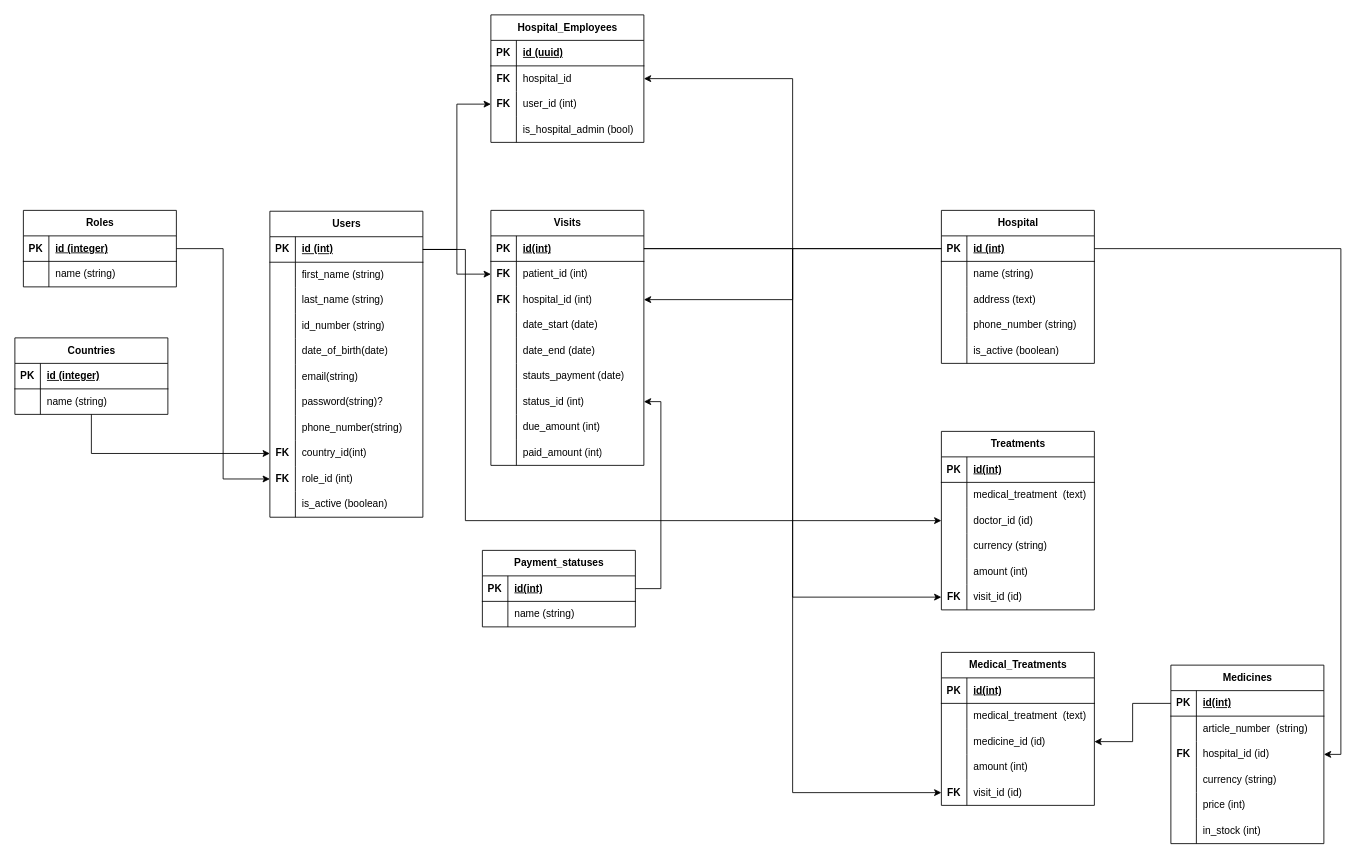
The draw.io diagram Untitled Diagram.drawio in fao30/hospital-management-be, before the edit. Source tidied: cells renumbered, new cells numbered last; positions are measured from the earlier drawing's top-left corner, leaving out a move shared by most shapes. Both pictures are drawn from the tidied source at 85%, with x=0, y=0 at pixel (14, 14).
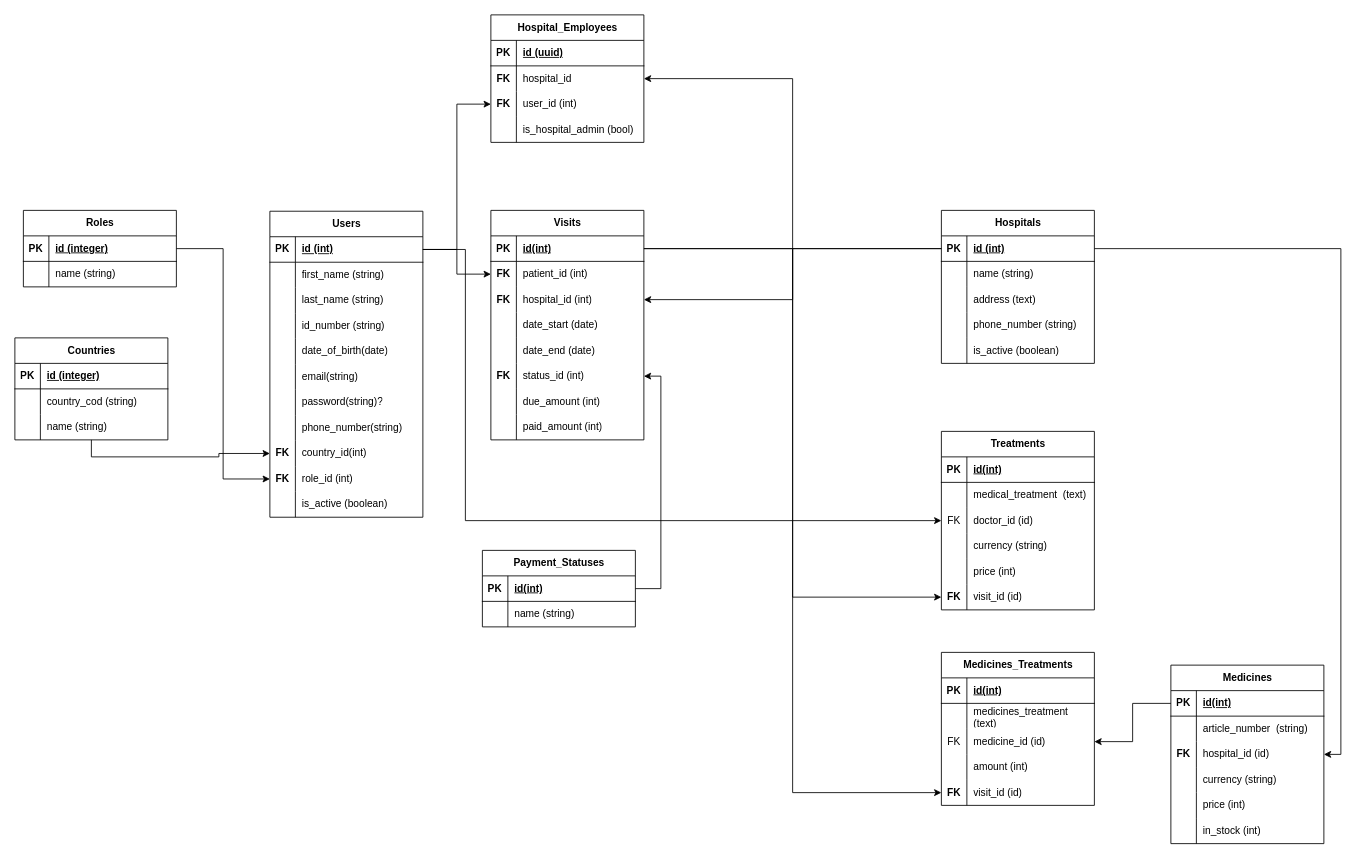
The same diagram, later.

The change refers to these unchanged cells:
```xml
<mxCell id="64" style="shape=tableRow;horizontal=0;startSize=0;swimlaneHead=0;swimlaneBody=0;fillColor=none;top=0;left=0;right=0;bottom=0;" parent="60" vertex="1">
  <mxGeometry y="60" width="180" height="30" as="geometry" />
</mxCell>
<mxCell id="120" style="shape=tableRow;horizontal=0;startSize=0;swimlaneHead=0;swimlaneBody=0;fillColor=none;points=[[0,0.5],[1,0.5]];portConstraint=eastwest;top=0;left=0;right=0;bottom=0;" parent="113" vertex="1">
  <mxGeometry y="90" width="180" height="30" as="geometry" />
</mxCell>
<mxCell id="126" style="shape=tableRow;horizontal=0;startSize=0;swimlaneHead=0;swimlaneBody=0;fillColor=none;top=0;left=0;right=0;bottom=0;" parent="113" vertex="1">
  <mxGeometry y="150" width="180" height="30" as="geometry" />
</mxCell>
<mxCell id="166" style="shape=tableRow;horizontal=0;startSize=0;swimlaneHead=0;swimlaneBody=0;fillColor=none;top=0;left=0;right=0;bottom=0;" parent="162" vertex="1">
  <mxGeometry y="60" width="180" height="30" as="geometry" />
</mxCell>
<mxCell id="169" style="shape=tableRow;horizontal=0;startSize=0;swimlaneHead=0;swimlaneBody=0;fillColor=none;points=[[0,0.5],[1,0.5]];portConstraint=eastwest;top=0;left=0;right=0;bottom=0;" parent="162" vertex="1">
  <mxGeometry y="90" width="180" height="30" as="geometry" />
</mxCell>
```

The edit, as a diff of the source:
```diff
@@
-    <mxCell id="9" value="Hospital" style="shape=table;startSize=30;childLayout=tableLayout;rowLines=0;fontStyle=1;align=center;html=1;" parent="1" vertex="1">
+    <mxCell id="9" value="Hospitals" style="shape=table;startSize=30;childLayout=tableLayout;rowLines=0;fontStyle=1;align=center;html=1;" parent="1" vertex="1">
       <mxGeometry x="1090" y="230" width="180" height="180" as="geometry" />
     </mxCell>
@@
     <mxCell id="60" value="Countries" style="shape=table;startSize=30;childLayout=tableLayout;rowLines=0;fontStyle=1;align=center;html=1;" parent="1" vertex="1">
-      <mxGeometry y="380" width="180" height="90" as="geometry" />
+      <mxGeometry y="380" width="180" height="120" as="geometry" />
     </mxCell>
@@
-    <mxCell id="66" value="name (string)" style="shape=partialRectangle;fillColor=none;top=0;left=0;bottom=0;right=0;align=left;spacingLeft=6;overflow=hidden;whiteSpace=wrap;html=1;" parent="64" vertex="1">
+    <mxCell id="66" value="country_cod (string)" style="shape=partialRectangle;fillColor=none;top=0;left=0;bottom=0;right=0;align=left;spacingLeft=6;overflow=hidden;whiteSpace=wrap;html=1;" parent="64" vertex="1">
       <mxGeometry x="30" width="150" height="30" as="geometry" />
     </mxCell>
+    <mxCell id="180" style="shape=tableRow;horizontal=0;startSize=0;swimlaneHead=0;swimlaneBody=0;fillColor=none;top=0;left=0;right=0;bottom=0;" parent="60" vertex="1">
+      <mxGeometry y="90" width="180" height="30" as="geometry" />
+    </mxCell>
+    <mxCell id="85" style="shape=partialRectangle;fillColor=none;top=0;left=0;bottom=0;right=0;overflow=hidden;whiteSpace=wrap;html=1;" parent="180" vertex="1">
+      <mxGeometry width="30" height="30" as="geometry" />
+    </mxCell>
+    <mxCell id="181" value="name (string)" style="shape=partialRectangle;fillColor=none;top=0;left=0;bottom=0;right=0;align=left;spacingLeft=6;overflow=hidden;whiteSpace=wrap;html=1;" parent="180" vertex="1">
+      <mxGeometry x="30" width="150" height="30" as="geometry" />
+    </mxCell>
@@
     <mxCell id="68" value="Visits" style="shape=table;startSize=30;childLayout=tableLayout;rowLines=0;fontStyle=1;align=center;html=1;" parent="1" vertex="1">
-      <mxGeometry x="560" y="230" width="180" height="300" as="geometry" />
+      <mxGeometry x="560" y="230" width="180" height="270" as="geometry" />
     </mxCell>
@@
-    <mxCell id="84" style="shape=tableRow;horizontal=0;startSize=0;swimlaneHead=0;swimlaneBody=0;fillColor=none;top=0;left=0;right=0;bottom=0;" parent="68" vertex="1">
-      <mxGeometry y="180" width="180" height="30" as="geometry" />
-    </mxCell>
-    <mxCell id="85" style="shape=partialRectangle;fillColor=none;top=0;left=0;bottom=0;right=0;overflow=hidden;whiteSpace=wrap;html=1;" parent="84" vertex="1">
-      <mxGeometry width="30" height="30" as="geometry" />
-    </mxCell>
-    <mxCell id="86" value="stauts_payment (date)" style="shape=partialRectangle;fillColor=none;top=0;left=0;bottom=0;right=0;align=left;spacingLeft=6;overflow=hidden;whiteSpace=wrap;html=1;" parent="84" vertex="1">
-      <mxGeometry x="30" width="150" height="30" as="geometry" />
-    </mxCell>
     <mxCell id="87" style="shape=tableRow;horizontal=0;startSize=0;swimlaneHead=0;swimlaneBody=0;fillColor=none;points=[[0,0.5],[1,0.5]];portConstraint=eastwest;top=0;left=0;right=0;bottom=0;" parent="68" vertex="1">
-      <mxGeometry y="210" width="180" height="30" as="geometry" />
+      <mxGeometry y="180" width="180" height="30" as="geometry" />
     </mxCell>
-    <mxCell id="88" style="shape=partialRectangle;fillColor=none;top=0;left=0;bottom=0;right=0;overflow=hidden;whiteSpace=wrap;html=1;" parent="87" vertex="1">
+    <mxCell id="88" value="&lt;b&gt;FK&lt;/b&gt;" style="shape=partialRectangle;fillColor=none;top=0;left=0;bottom=0;right=0;overflow=hidden;whiteSpace=wrap;html=1;" parent="87" vertex="1">
       <mxGeometry width="30" height="30" as="geometry" />
     </mxCell>
@@
     <mxCell id="90" style="shape=tableRow;horizontal=0;startSize=0;swimlaneHead=0;swimlaneBody=0;fillColor=none;top=0;left=0;right=0;bottom=0;" parent="68" vertex="1">
-      <mxGeometry y="240" width="180" height="30" as="geometry" />
+      <mxGeometry y="210" width="180" height="30" as="geometry" />
     </mxCell>
@@
     <mxCell id="93" style="shape=tableRow;horizontal=0;startSize=0;swimlaneHead=0;swimlaneBody=0;fillColor=none;top=0;left=0;right=0;bottom=0;" parent="68" vertex="1">
-      <mxGeometry y="270" width="180" height="30" as="geometry" />
+      <mxGeometry y="240" width="180" height="30" as="geometry" />
     </mxCell>
@@
-    <mxCell id="121" style="shape=partialRectangle;fillColor=none;top=0;left=0;bottom=0;right=0;overflow=hidden;whiteSpace=wrap;html=1;" parent="120" vertex="1">
+    <mxCell id="121" value="FK" style="shape=partialRectangle;fillColor=none;top=0;left=0;bottom=0;right=0;overflow=hidden;whiteSpace=wrap;html=1;" parent="120" vertex="1">
       <mxGeometry width="30" height="30" as="geometry" />
     </mxCell>
@@
-    <mxCell id="128" value="amount (int)" style="shape=partialRectangle;fillColor=none;top=0;left=0;bottom=0;right=0;align=left;spacingLeft=6;overflow=hidden;whiteSpace=wrap;html=1;" parent="126" vertex="1">
+    <mxCell id="128" value="price (int)" style="shape=partialRectangle;fillColor=none;top=0;left=0;bottom=0;right=0;align=left;spacingLeft=6;overflow=hidden;whiteSpace=wrap;html=1;" parent="126" vertex="1">
       <mxGeometry x="30" width="150" height="30" as="geometry" />
     </mxCell>
@@
-    <mxCell id="134" value="Payment_statuses" style="shape=table;startSize=30;childLayout=tableLayout;rowLines=0;fontStyle=1;align=center;html=1;" parent="1" vertex="1">
+    <mxCell id="134" value="Payment_Statuses" style="shape=table;startSize=30;childLayout=tableLayout;rowLines=0;fontStyle=1;align=center;html=1;" parent="1" vertex="1">
       <mxGeometry x="550" y="630" width="180" height="90" as="geometry" />
     </mxCell>
@@
-    <mxCell id="162" value="Medical_Treatments" style="shape=table;startSize=30;childLayout=tableLayout;rowLines=0;fontStyle=1;align=center;html=1;" parent="1" vertex="1">
+    <mxCell id="162" value="Medicines_Treatments" style="shape=table;startSize=30;childLayout=tableLayout;rowLines=0;fontStyle=1;align=center;html=1;" parent="1" vertex="1">
       <mxGeometry x="1090" y="750" width="180" height="180" as="geometry" />
     </mxCell>
@@
-    <mxCell id="168" value="medical_treatment&amp;nbsp; (text)" style="shape=partialRectangle;fillColor=none;top=0;left=0;bottom=0;right=0;align=left;spacingLeft=6;overflow=hidden;whiteSpace=wrap;html=1;" parent="166" vertex="1">
+    <mxCell id="168" value="medicines_treatment&amp;nbsp; (text)" style="shape=partialRectangle;fillColor=none;top=0;left=0;bottom=0;right=0;align=left;spacingLeft=6;overflow=hidden;whiteSpace=wrap;html=1;" parent="166" vertex="1">
       <mxGeometry x="30" width="150" height="30" as="geometry" />
     </mxCell>
@@
-    <mxCell id="170" style="shape=partialRectangle;fillColor=none;top=0;left=0;bottom=0;right=0;overflow=hidden;whiteSpace=wrap;html=1;" parent="169" vertex="1">
+    <mxCell id="170" value="FK" style="shape=partialRectangle;fillColor=none;top=0;left=0;bottom=0;right=0;overflow=hidden;whiteSpace=wrap;html=1;" parent="169" vertex="1">
       <mxGeometry width="30" height="30" as="geometry" />
     </mxCell>
```
